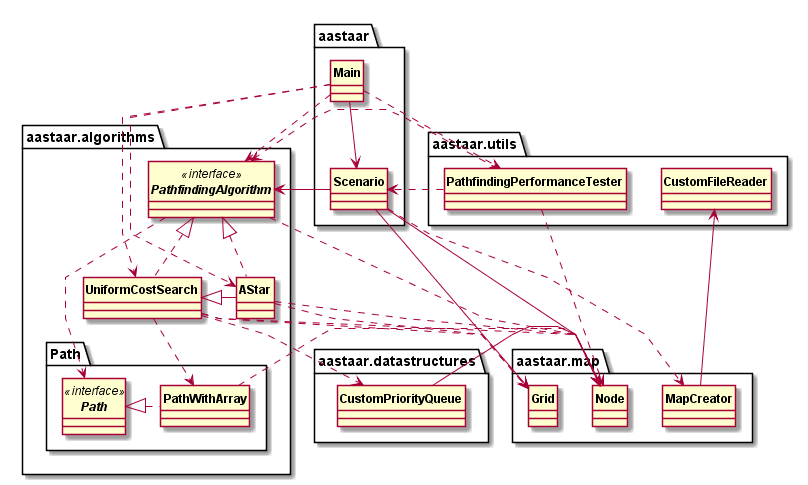
Earlier version of the PlantUML export documentation/luokkakaavio/kaavio.png (magael/aastaar).
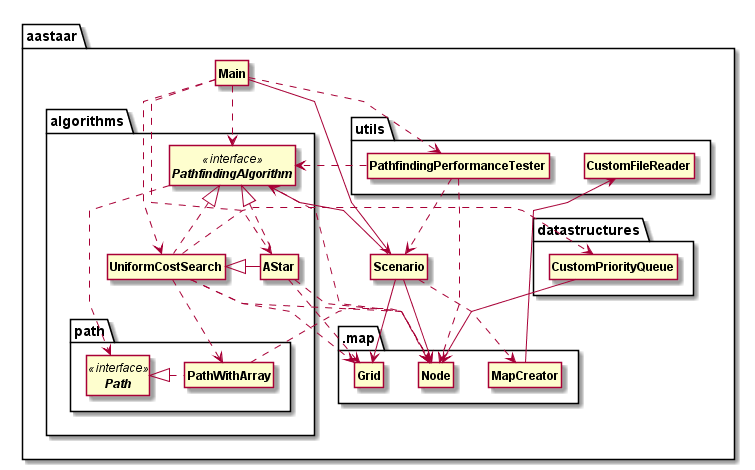
After the change.

Change to the diagram source:
```diff
@@ -7,35 +7,33 @@
 package aastaar {
   class Main
   class Scenario
-}
 
-package aastaar.map {
-  class MapCreator
-  class Grid
-  class Node
-}
+  package .map {
+    class MapCreator
+    class Grid
+    class Node
+  }
 
-package aastaar.algorithms {
-  class AStar
-  class UniformCostSearch
-  interface PathfindingAlgorithm <<interface>>
+  package algorithms {
+    class AStar
+    class UniformCostSearch
+    interface PathfindingAlgorithm <<interface>>
 
-  package Path {
-    class PathWithArray
-    interface Path <<interface>>
+    package path {
+      class PathWithArray
+      interface Path <<interface>>
+    }
+  }
+
+  package utils {
+    class PathfindingPerformanceTester
+    class CustomFileReader
+  }
+
+  package datastructures {
+    class CustomPriorityQueue
   }
 }
-
-package aastaar.utils {
-  class PathfindingPerformanceTester
-  class CustomFileReader
-}
-
-package aastaar.datastructures {
-  class CustomPriorityQueue
-}
-
-hide circle
 
 Main --> Scenario
 Main ..> PathfindingAlgorithm
@@ -74,5 +72,7 @@
 
 CustomPriorityQueue --> Node
 
+hide members
+hide circles
 
 @enduml
```
